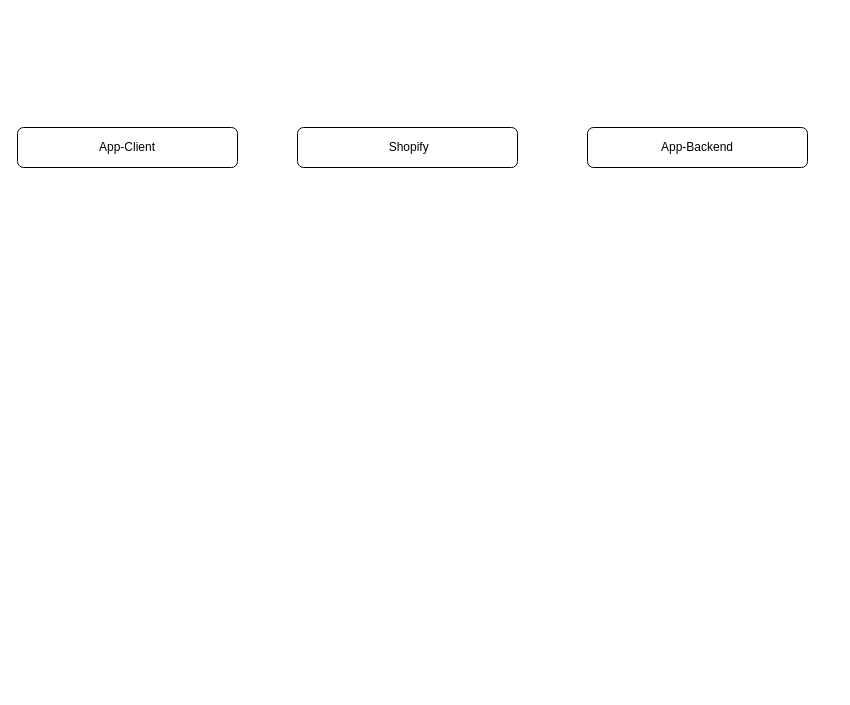
Above: page "应用授权流程" (1 of 2) of 未命名绘图.drawio in forwells/strs (draw.io), before the change. Source tidied: cells renumbered, new cells numbered last; positions are measured from the earlier drawing's top-left corner, leaving out a move shared by most shapes. Both pictures are drawn from the tidied source at 100%, with x=0, y=0 at pixel (17, 127).
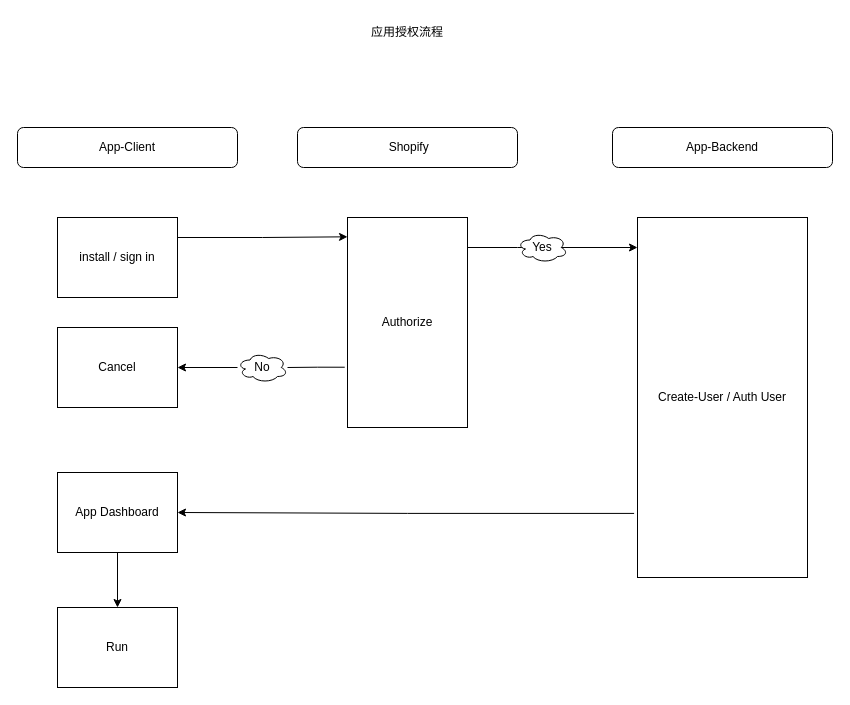
The same page after the edit.

Commit message:
更新未命名绘图.drawio

Diff of the diagram source:
```diff
@@
     <mxCell id="4" value="App-Backend" style="rounded=1;whiteSpace=wrap;html=1;" parent="1" vertex="1">
-      <mxGeometry x="570" width="220" height="40" as="geometry" />
+      <mxGeometry x="595" width="220" height="40" as="geometry" />
     </mxCell>
+    <mxCell id="5" style="edgeStyle=orthogonalEdgeStyle;rounded=0;jettySize=auto;html=1;exitX=1;exitY=0.25;exitDx=0;exitDy=0;entryX=0;entryY=0.092;entryDx=0;entryDy=0;entryPerimeter=0;" parent="1" edge="1" source="6" target="7">
+      <mxGeometry relative="1" as="geometry" />
+    </mxCell>
+    <mxCell id="6" value="install / sign in" style="rounded=0;whiteSpace=wrap;html=1;" parent="1" vertex="1">
+      <mxGeometry x="40" y="90" width="120" height="80" as="geometry" />
+    </mxCell>
+    <mxCell id="7" value="Authorize" style="whiteSpace=wrap;html=1;rounded=0;" parent="1" vertex="1">
+      <mxGeometry x="330" y="90" width="120" height="210" as="geometry" />
+    </mxCell>
+    <mxCell id="8" style="edgeStyle=orthogonalEdgeStyle;rounded=0;jettySize=auto;html=1;exitX=1;exitY=0.5;exitDx=0;exitDy=0;" parent="1" edge="1" source="7" target="10">
+      <mxGeometry relative="1" as="geometry">
+        <Array as="points">
+          <mxPoint x="500" y="120" />
+          <mxPoint x="500" y="120" />
+        </Array>
+      </mxGeometry>
+    </mxCell>
+    <mxCell id="9" style="edgeStyle=orthogonalEdgeStyle;rounded=0;jettySize=auto;html=1;entryX=1;entryY=0.5;entryDx=0;entryDy=0;exitX=-0.02;exitY=0.822;exitDx=0;exitDy=0;exitPerimeter=0;" parent="1" edge="1" source="10" target="18">
+      <mxGeometry relative="1" as="geometry" />
+    </mxCell>
+    <mxCell id="10" value="Create-User / Auth User" style="whiteSpace=wrap;html=1;rounded=0;" parent="1" vertex="1">
+      <mxGeometry x="620" y="90" width="170" height="360" as="geometry" />
+    </mxCell>
+    <mxCell id="11" value="Yes" style="ellipse;shape=cloud;whiteSpace=wrap;html=1;" parent="1" vertex="1">
+      <mxGeometry x="500" y="105" width="50" height="30" as="geometry" />
+    </mxCell>
+    <mxCell id="12" value="Cancel" style="rounded=0;whiteSpace=wrap;html=1;" parent="1" vertex="1">
+      <mxGeometry x="40" y="200" width="120" height="80" as="geometry" />
+    </mxCell>
+    <mxCell id="13" style="edgeStyle=orthogonalEdgeStyle;rounded=0;jettySize=auto;html=1;" parent="1" edge="1" source="14" target="12">
+      <mxGeometry relative="1" as="geometry" />
+    </mxCell>
+    <mxCell id="14" value="No" style="ellipse;shape=cloud;whiteSpace=wrap;html=1;" parent="1" vertex="1">
+      <mxGeometry x="220" y="225" width="50" height="30" as="geometry" />
+    </mxCell>
+    <mxCell id="15" style="edgeStyle=orthogonalEdgeStyle;rounded=0;jettySize=auto;html=1;entryX=1;entryY=0.5;entryDx=0;entryDy=0;exitX=-0.023;exitY=0.713;exitDx=0;exitDy=0;exitPerimeter=0;endArrow=none;" parent="1" edge="1" source="7" target="14">
+      <mxGeometry relative="1" as="geometry" />
+    </mxCell>
+    <mxCell id="16" value="应用授权流程" style="text;html=1;strokeColor=none;fillColor=none;align=center;verticalAlign=middle;whiteSpace=wrap;rounded=0;" parent="1" vertex="1">
+      <mxGeometry x="317" y="-110" width="146" height="30" as="geometry" />
+    </mxCell>
+    <mxCell id="17" style="edgeStyle=orthogonalEdgeStyle;rounded=0;jettySize=auto;html=1;" parent="1" edge="1" source="18" target="19">
+      <mxGeometry relative="1" as="geometry" />
+    </mxCell>
+    <mxCell id="18" value="App Dashboard" style="rounded=0;whiteSpace=wrap;html=1;" parent="1" vertex="1">
+      <mxGeometry x="40" y="345" width="120" height="80" as="geometry" />
+    </mxCell>
+    <mxCell id="19" value="Run" style="rounded=0;whiteSpace=wrap;html=1;" parent="1" vertex="1">
+      <mxGeometry x="40" y="480" width="120" height="80" as="geometry" />
+    </mxCell>
```
